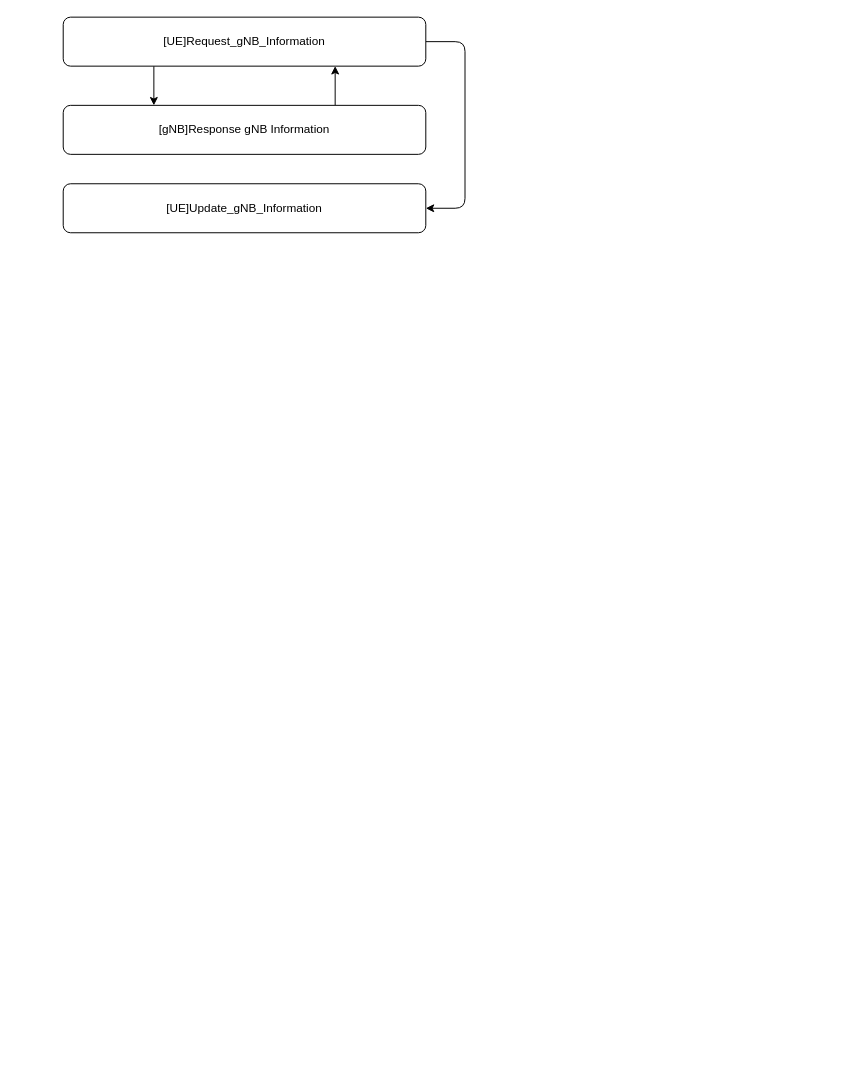
Above: page "Flow Chart" (2 of 2) of Images/RSRP_Detection.drawio in TsaiChuWang/Cloud-RAN-Simulation-Electronic-Fence-Based-on-NFV (draw.io), before the change. Source tidied: cells renumbered, new cells numbered last; positions are measured from the earlier drawing's top-left corner, leaving out a move shared by most shapes. Both pictures are drawn from the tidied source at 98%, with x=0, y=0 at pixel (63, 17).
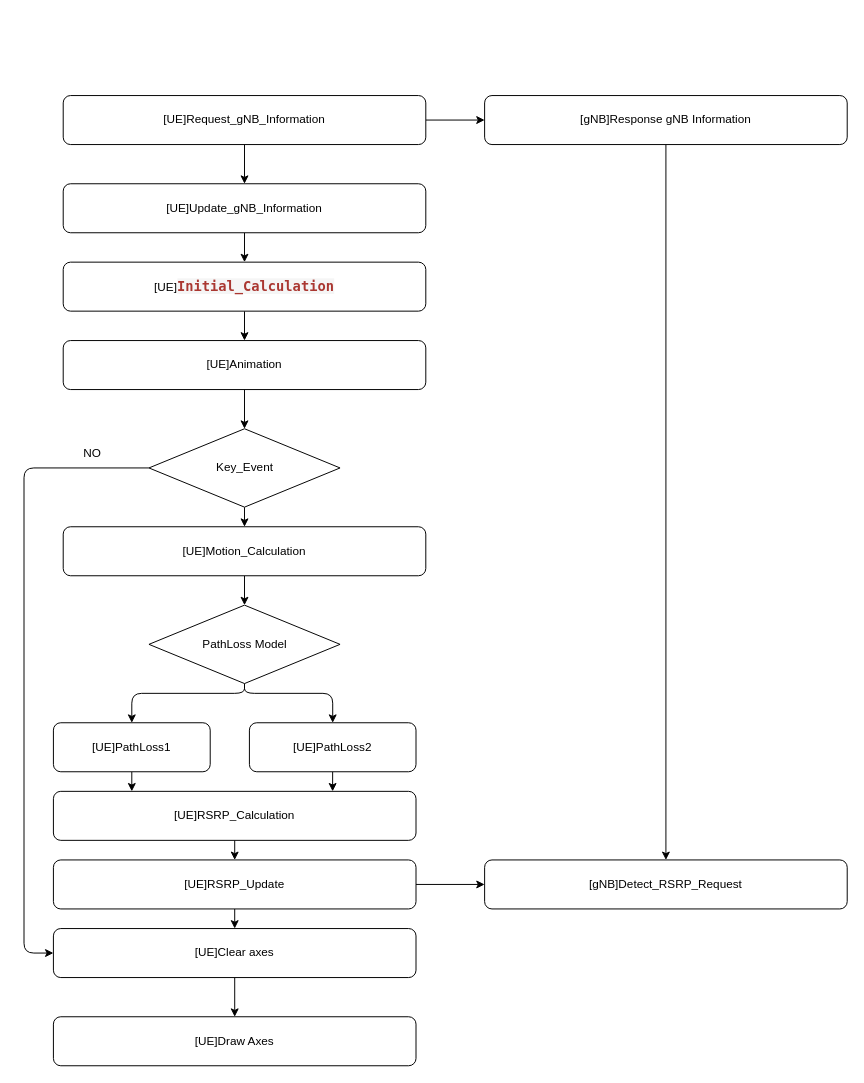
The same diagram, later.

Change to the diagram source:
```diff
@@
-    <mxCell id="2" style="edgeStyle=none;html=1;entryX=0.75;entryY=1;entryDx=0;entryDy=0;exitX=0.75;exitY=0;exitDx=0;exitDy=0;" parent="1" edge="1" source="3" target="6">
-      <mxGeometry relative="1" as="geometry" />
-    </mxCell>
+    <mxCell id="5" style="edgeStyle=none;html=1;" parent="1" edge="1" source="6" target="7">
+      <mxGeometry relative="1" as="geometry" />
+    </mxCell>
+    <mxCell id="4" style="edgeStyle=none;html=1;" parent="1" edge="1" source="6" target="3">
+      <mxGeometry relative="1" as="geometry" />
+    </mxCell>
+    <mxCell id="6" value="[UE]Request_gNB_Information" style="rounded=1;whiteSpace=wrap;html=1;" parent="1" vertex="1">
+      <mxGeometry y="80" width="370" height="50" as="geometry" />
+    </mxCell>
+    <mxCell id="8" style="edgeStyle=none;html=1;" parent="1" edge="1" source="7" target="10">
+      <mxGeometry relative="1" as="geometry" />
+    </mxCell>
+    <mxCell id="7" value="[UE]Update_gNB_Information" style="rounded=1;whiteSpace=wrap;html=1;" parent="1" vertex="1">
+      <mxGeometry y="170" width="370" height="50" as="geometry" />
+    </mxCell>
+    <mxCell id="9" style="edgeStyle=none;html=1;" parent="1" edge="1" source="10" target="12">
+      <mxGeometry relative="1" as="geometry" />
+    </mxCell>
+    <mxCell id="10" value="[UE]&lt;span style=&quot;color: rgb(170 , 55 , 49) ; font-weight: bold ; background-color: rgb(245 , 245 , 245) ; font-family: &amp;#34;droid sans mono&amp;#34; , &amp;#34;monospace&amp;#34; , monospace ; font-size: 14px&quot;&gt;Initial_Calculation&lt;/span&gt;" style="rounded=1;whiteSpace=wrap;html=1;" parent="1" vertex="1">
+      <mxGeometry y="250" width="370" height="50" as="geometry" />
+    </mxCell>
+    <mxCell id="11" style="edgeStyle=none;html=1;" parent="1" edge="1" source="12" target="16">
+      <mxGeometry relative="1" as="geometry" />
+    </mxCell>
+    <mxCell id="12" value="[UE]Animation" style="rounded=1;whiteSpace=wrap;html=1;" parent="1" vertex="1">
+      <mxGeometry y="330" width="370" height="50" as="geometry" />
+    </mxCell>
+    <mxCell id="13" style="edgeStyle=none;html=1;" parent="1" edge="1" source="3" target="35">
+      <mxGeometry relative="1" as="geometry" />
+    </mxCell>
     <mxCell id="3" value="[gNB]Response gNB Information" style="rounded=1;whiteSpace=wrap;html=1;" parent="1" vertex="1">
-      <mxGeometry y="90" width="370" height="50" as="geometry" />
+      <mxGeometry x="430" y="80" width="370" height="50" as="geometry" />
     </mxCell>
-    <mxCell id="4" style="edgeStyle=none;html=1;entryX=0.25;entryY=0;entryDx=0;entryDy=0;exitX=0.25;exitY=1;exitDx=0;exitDy=0;" parent="1" edge="1" source="6" target="3">
-      <mxGeometry relative="1" as="geometry" />
-    </mxCell>
-    <mxCell id="5" style="edgeStyle=none;html=1;entryX=1;entryY=0.5;entryDx=0;entryDy=0;exitX=1;exitY=0.5;exitDx=0;exitDy=0;" parent="1" edge="1" source="6" target="7">
-      <mxGeometry relative="1" as="geometry">
-        <Array as="points">
-          <mxPoint x="410" y="25" />
-          <mxPoint x="410" y="195" />
-        </Array>
-      </mxGeometry>
-    </mxCell>
-    <mxCell id="6" value="[UE]Request_gNB_Information" style="rounded=1;whiteSpace=wrap;html=1;" parent="1" vertex="1">
-      <mxGeometry width="370" height="50" as="geometry" />
-    </mxCell>
-    <mxCell id="7" value="[UE]Update_gNB_Information" style="rounded=1;whiteSpace=wrap;html=1;" parent="1" vertex="1">
-      <mxGeometry y="170" width="370" height="50" as="geometry" />
-    </mxCell>
+    <mxCell id="14" style="edgeStyle=none;html=1;entryX=0;entryY=0.5;entryDx=0;entryDy=0;exitX=0;exitY=0.5;exitDx=0;exitDy=0;" parent="1" edge="1" source="16" target="18">
+      <mxGeometry relative="1" as="geometry">
+        <Array as="points">
+          <mxPoint x="-40" y="460" />
+          <mxPoint x="-40" y="955" />
+        </Array>
+      </mxGeometry>
+    </mxCell>
+    <mxCell id="15" style="edgeStyle=none;html=1;entryX=0.5;entryY=0;entryDx=0;entryDy=0;" parent="1" edge="1" source="16" target="21">
+      <mxGeometry relative="1" as="geometry" />
+    </mxCell>
+    <mxCell id="16" value="Key_Event" style="rhombus;whiteSpace=wrap;html=1;" parent="1" vertex="1">
+      <mxGeometry x="87.5" y="420" width="195" height="80" as="geometry" />
+    </mxCell>
+    <mxCell id="17" style="edgeStyle=none;html=1;" parent="1" edge="1" source="18" target="19">
+      <mxGeometry relative="1" as="geometry" />
+    </mxCell>
+    <mxCell id="18" value="[UE]Clear axes" style="rounded=1;whiteSpace=wrap;html=1;" parent="1" vertex="1">
+      <mxGeometry x="-10" y="930" width="370" height="50" as="geometry" />
+    </mxCell>
+    <mxCell id="19" value="[UE]Draw Axes" style="rounded=1;whiteSpace=wrap;html=1;" parent="1" vertex="1">
+      <mxGeometry x="-10" y="1020" width="370" height="50" as="geometry" />
+    </mxCell>
+    <mxCell id="20" style="edgeStyle=none;html=1;" parent="1" edge="1" source="21" target="25">
+      <mxGeometry relative="1" as="geometry" />
+    </mxCell>
+    <mxCell id="21" value="[UE]Motion_Calculation" style="rounded=1;whiteSpace=wrap;html=1;" parent="1" vertex="1">
+      <mxGeometry y="520" width="370" height="50" as="geometry" />
+    </mxCell>
+    <mxCell id="22" value="NO" style="text;html=1;strokeColor=none;fillColor=none;align=center;verticalAlign=middle;whiteSpace=wrap;rounded=0;" parent="1" vertex="1">
+      <mxGeometry y="430" width="60" height="30" as="geometry" />
+    </mxCell>
+    <mxCell id="23" style="edgeStyle=none;html=1;entryX=0.5;entryY=0;entryDx=0;entryDy=0;" parent="1" edge="1" source="25" target="27">
+      <mxGeometry relative="1" as="geometry">
+        <Array as="points">
+          <mxPoint x="185" y="690" />
+          <mxPoint x="70" y="690" />
+        </Array>
+      </mxGeometry>
+    </mxCell>
+    <mxCell id="24" style="edgeStyle=none;html=1;entryX=0.5;entryY=0;entryDx=0;entryDy=0;" parent="1" edge="1" source="25" target="29">
+      <mxGeometry relative="1" as="geometry">
+        <Array as="points">
+          <mxPoint x="185" y="690" />
+          <mxPoint x="275" y="690" />
+        </Array>
+      </mxGeometry>
+    </mxCell>
+    <mxCell id="25" value="PathLoss Model" style="rhombus;whiteSpace=wrap;html=1;" parent="1" vertex="1">
+      <mxGeometry x="87.5" y="600" width="195" height="80" as="geometry" />
+    </mxCell>
+    <mxCell id="26" style="edgeStyle=none;html=1;" parent="1" edge="1" source="27">
+      <mxGeometry relative="1" as="geometry">
+        <mxPoint x="70" y="790" as="targetPoint" />
+      </mxGeometry>
+    </mxCell>
+    <mxCell id="27" value="[UE]PathLoss1" style="rounded=1;whiteSpace=wrap;html=1;" parent="1" vertex="1">
+      <mxGeometry x="-10" y="720" width="160" height="50" as="geometry" />
+    </mxCell>
+    <mxCell id="28" style="edgeStyle=none;html=1;entryX=0.77;entryY=0;entryDx=0;entryDy=0;entryPerimeter=0;" parent="1" edge="1" source="29" target="31">
+      <mxGeometry relative="1" as="geometry" />
+    </mxCell>
+    <mxCell id="29" value="[UE]PathLoss2" style="rounded=1;whiteSpace=wrap;html=1;" parent="1" vertex="1">
+      <mxGeometry x="190" y="720" width="170" height="50" as="geometry" />
+    </mxCell>
+    <mxCell id="30" style="edgeStyle=none;html=1;" parent="1" edge="1" source="31" target="34">
+      <mxGeometry relative="1" as="geometry" />
+    </mxCell>
+    <mxCell id="31" value="[UE]RSRP_Calculation" style="rounded=1;whiteSpace=wrap;html=1;" parent="1" vertex="1">
+      <mxGeometry x="-10" y="790" width="370" height="50" as="geometry" />
+    </mxCell>
+    <mxCell id="32" style="edgeStyle=none;html=1;" parent="1" edge="1" source="34" target="18">
+      <mxGeometry relative="1" as="geometry" />
+    </mxCell>
+    <mxCell id="33" style="edgeStyle=none;html=1;" parent="1" edge="1" source="34" target="35">
+      <mxGeometry relative="1" as="geometry" />
+    </mxCell>
+    <mxCell id="34" value="[UE]RSRP_Update" style="rounded=1;whiteSpace=wrap;html=1;" parent="1" vertex="1">
+      <mxGeometry x="-10" y="860" width="370" height="50" as="geometry" />
+    </mxCell>
+    <mxCell id="35" value="[gNB]Detect_RSRP_Request" style="rounded=1;whiteSpace=wrap;html=1;" parent="1" vertex="1">
+      <mxGeometry x="430" y="860" width="370" height="50" as="geometry" />
+    </mxCell>
```
